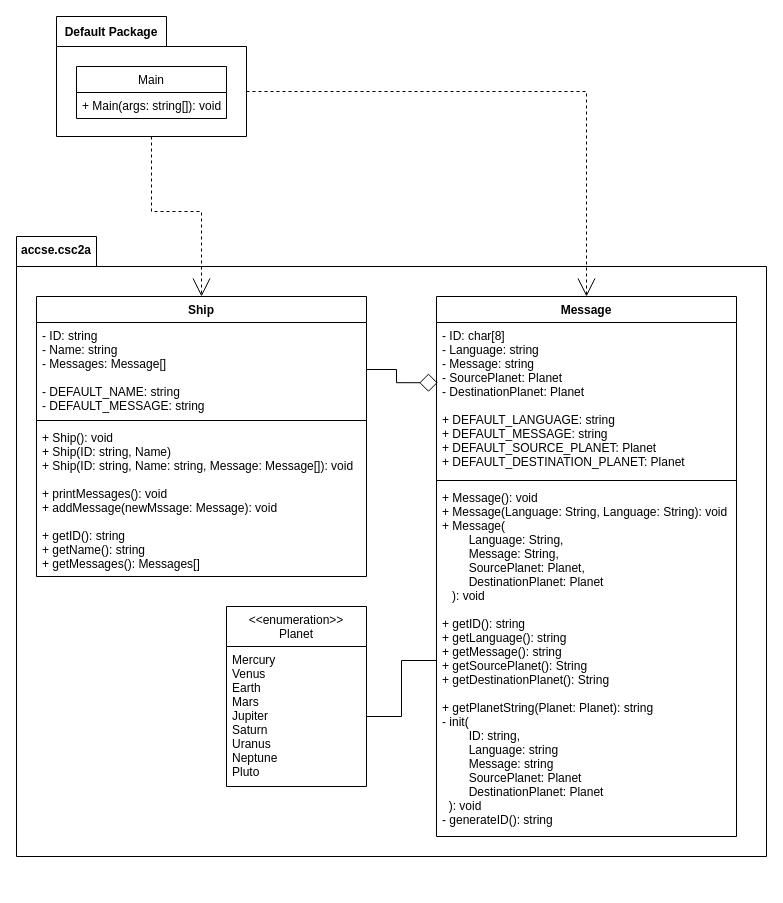
The draw.io diagram docs/UML.drawio in ThaBeanBoy/UJ_CSC2A_P03, before the edit. Source tidied: cells renumbered, new cells numbered last; positions are measured from the earlier drawing's top-left corner, leaving out a move shared by most shapes. Both pictures are drawn from the tidied source at 100%, with x=0, y=0 at pixel (16, 16).
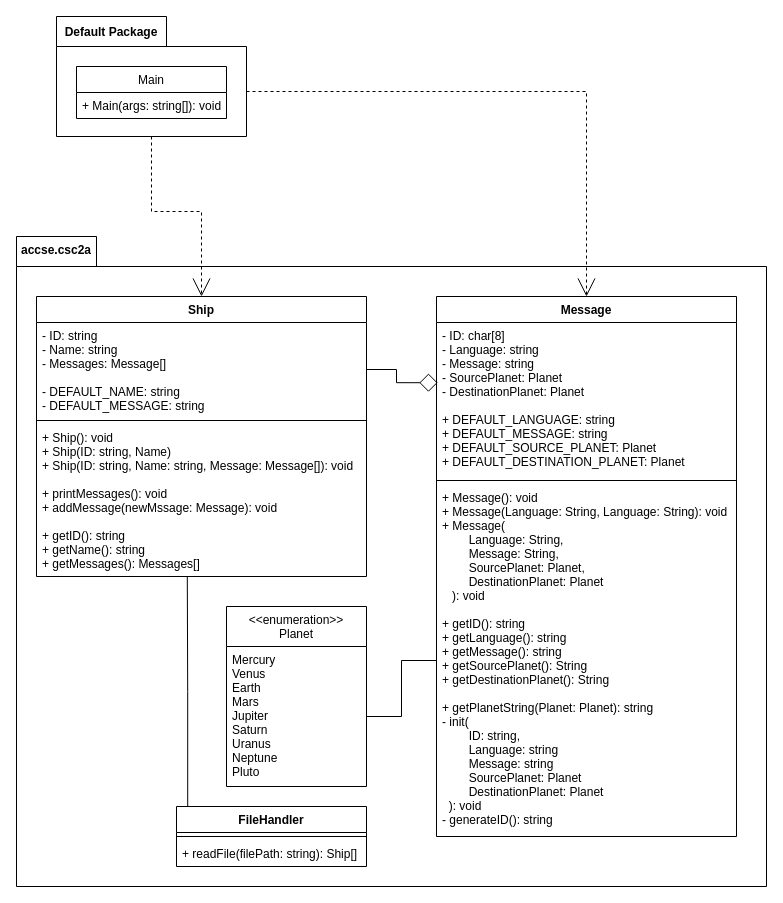
The same page after the edit.

Commit message (it also covers changes not shown here):
just added the external files. about to start on converting the file to Ship & Message class

Unchanged cells that the change refers to:
```xml
<mxCell id="6" value="+ Ship(): void&#10;+ Ship(ID: string, Name)&#10;+ Ship(ID: string, Name: string, Message: Message[]): void&#10;&#10;+ printMessages(): void&#10;+ addMessage(newMssage: Message): void&#10;&#10;+ getID(): string&#10;+ getName(): string&#10;+ getMessages(): Messages[]" style="text;strokeColor=none;fillColor=none;align=left;verticalAlign=top;spacingLeft=4;spacingRight=4;overflow=hidden;points=[[0,0.5],[1,0.5]];portConstraint=eastwest;" parent="3" vertex="1">
  <mxGeometry y="128" width="330" height="152" as="geometry" />
</mxCell>
```

Diff of the diagram source:
```diff
@@
     <mxCell id="2" style="shape=folder;fontStyle=1;spacingTop=10;tabWidth=80;tabHeight=30;tabPosition=left;html=1;" parent="1" vertex="1">
-      <mxGeometry y="220" width="750" height="620" as="geometry" />
+      <mxGeometry y="220" width="750" height="650" as="geometry" />
     </mxCell>
@@
+    <mxCell id="22" style="edgeStyle=orthogonalEdgeStyle;rounded=0;jettySize=auto;html=1;exitX=0.059;exitY=-0.002;exitDx=0;exitDy=0;entryX=0.457;entryY=1.001;entryDx=0;entryDy=0;entryPerimeter=0;exitPerimeter=0;endArrow=none;endFill=0;" parent="1" edge="1" source="23" target="6">
+      <mxGeometry relative="1" as="geometry" />
+    </mxCell>
+    <mxCell id="23" value="FileHandler" style="swimlane;fontStyle=1;align=center;verticalAlign=top;horizontal=1;startSize=26;" parent="1" vertex="1">
+      <mxGeometry x="160" y="790" width="190" height="60" as="geometry" />
+    </mxCell>
+    <mxCell id="24" style="line;strokeWidth=1;fillColor=none;align=left;verticalAlign=middle;spacingTop=-1;spacingLeft=3;spacingRight=3;labelPosition=right;" parent="23" vertex="1">
+      <mxGeometry y="26" width="190" height="8" as="geometry" />
+    </mxCell>
+    <mxCell id="25" value="+ readFile(filePath: string): Ship[]" style="text;strokeColor=none;fillColor=none;align=left;verticalAlign=top;spacingLeft=4;spacingRight=4;overflow=hidden;" parent="23" vertex="1">
+      <mxGeometry y="34" width="190" height="26" as="geometry" />
+    </mxCell>
```
